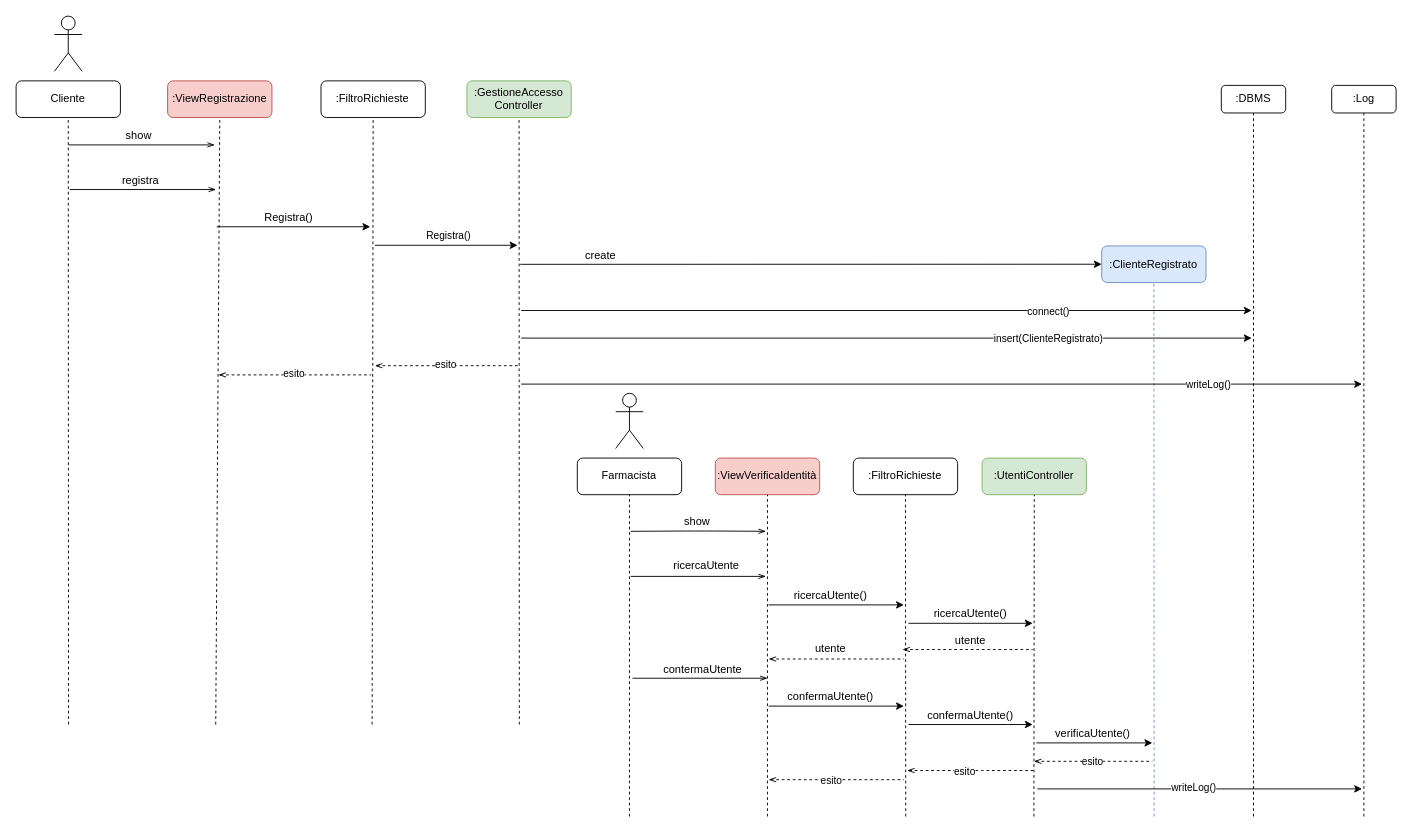
This is page "RegistrazioneUtente" (2 of 6) of drawio/Progettazione/Interazione.drawio from lnwor/farmabyte-doc, a draw.io file, before an edit. Source tidied: cells renumbered, new cells numbered last; positions are measured from the earlier drawing's top-left corner, leaving out a move shared by most shapes. Both pictures are drawn from the tidied source at 92%, with x=0, y=0 at pixel (16, 16).
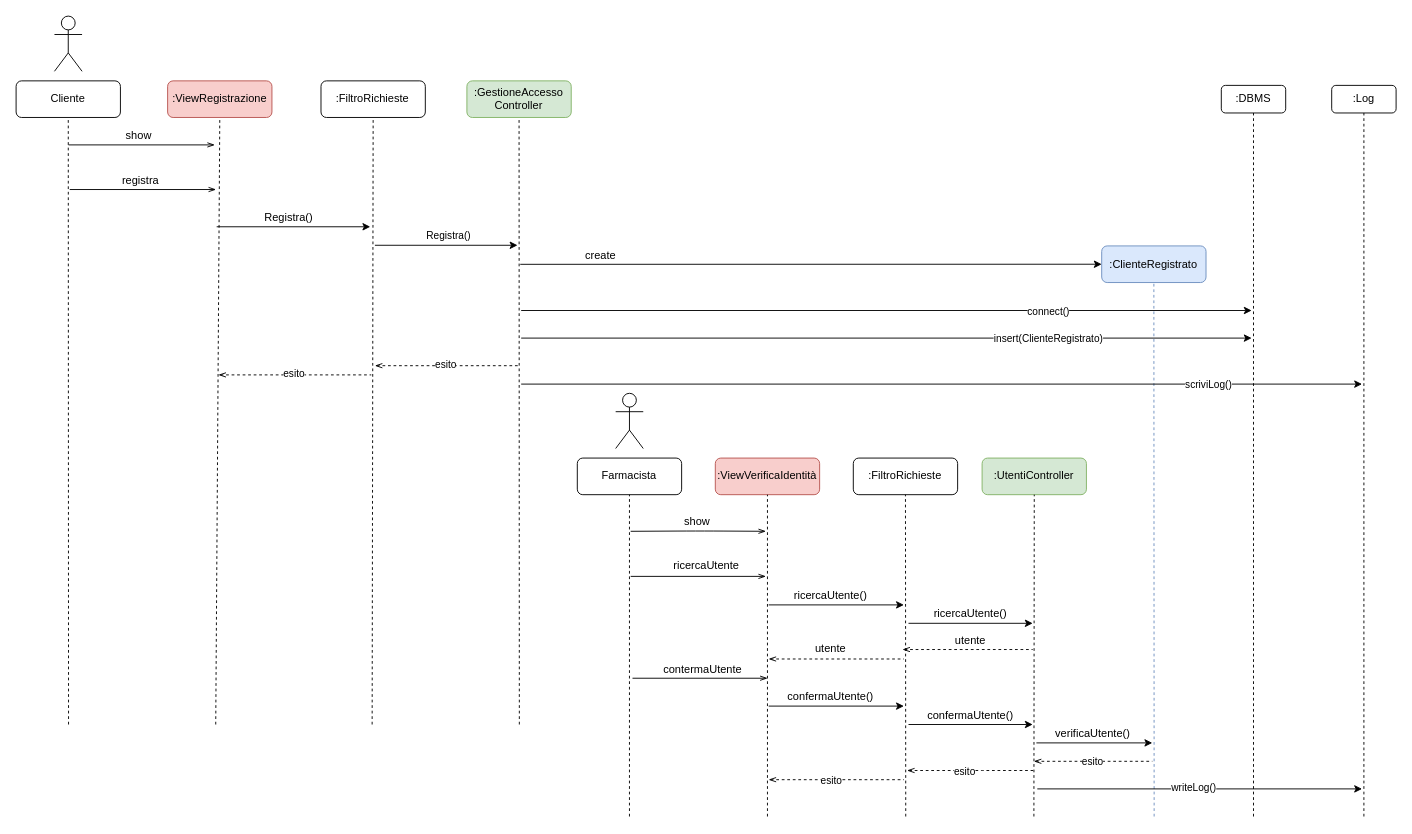
After the change.

Unchanged cells that the change refers to:
```xml
<mxCell id="58" style="endArrow=classic;html=1;" parent="1" edge="1">
  <mxGeometry relative="1" as="geometry">
    <mxPoint x="549" y="400" as="sourcePoint" />
    <mxPoint x="1463" y="400" as="targetPoint" />
  </mxGeometry>
</mxCell>
```

The edit, as a diff of the source:
```diff
@@
-    <mxCell id="59" value="writeLog()" style="edgeLabel;html=1;align=center;verticalAlign=middle;" parent="58" vertex="1">
+    <mxCell id="59" value="scriviLog()" style="edgeLabel;html=1;align=center;verticalAlign=middle;" parent="58" vertex="1">
       <mxGeometry x="0.37" y="-1" relative="1" as="geometry">
         <mxPoint x="120" y="-1" as="offset" />
       </mxGeometry>
     </mxCell>
```
